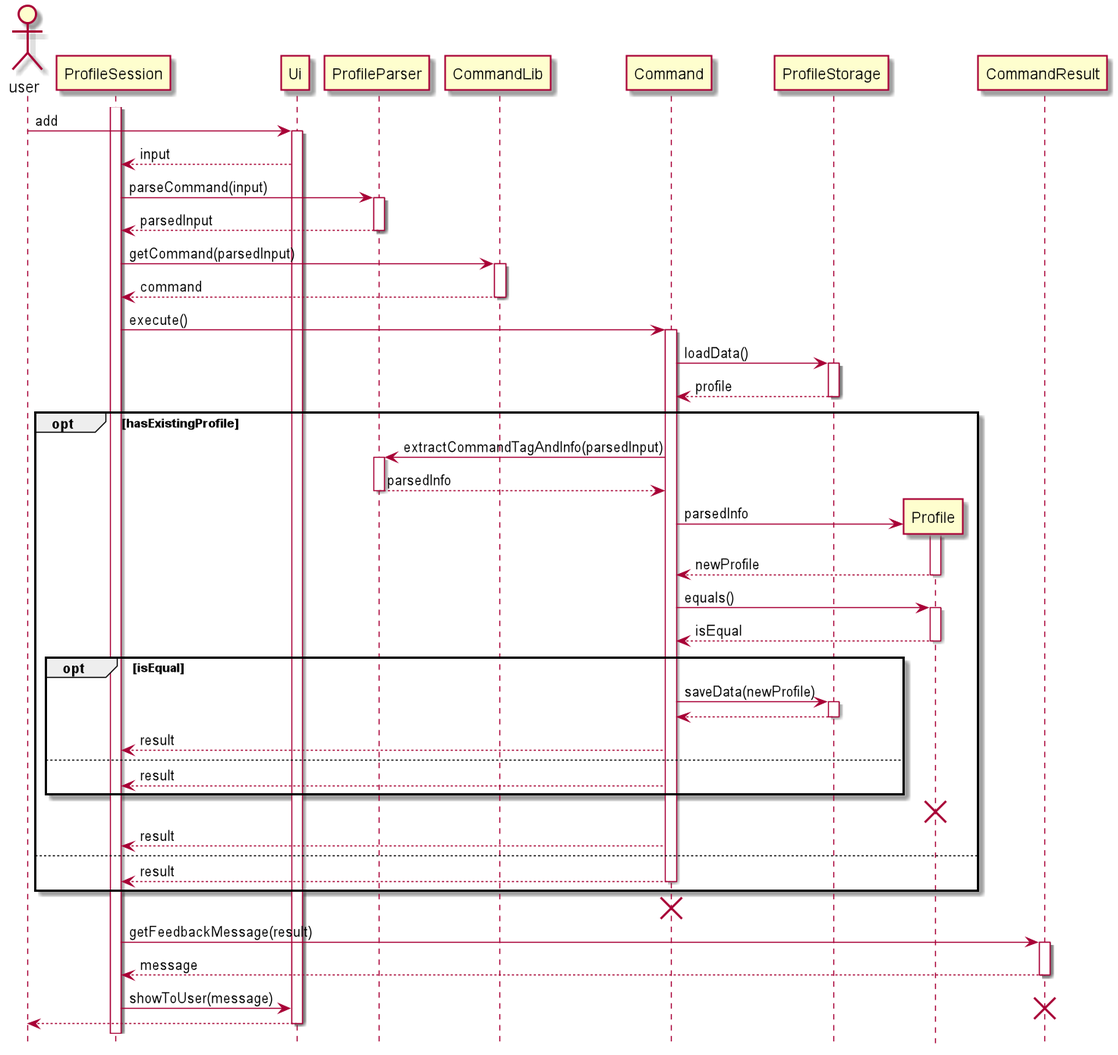
zsk612/tp keeps this PlantUML diagram as docs/pictures/khoa/EditProfile.png. Above is the earlier version.
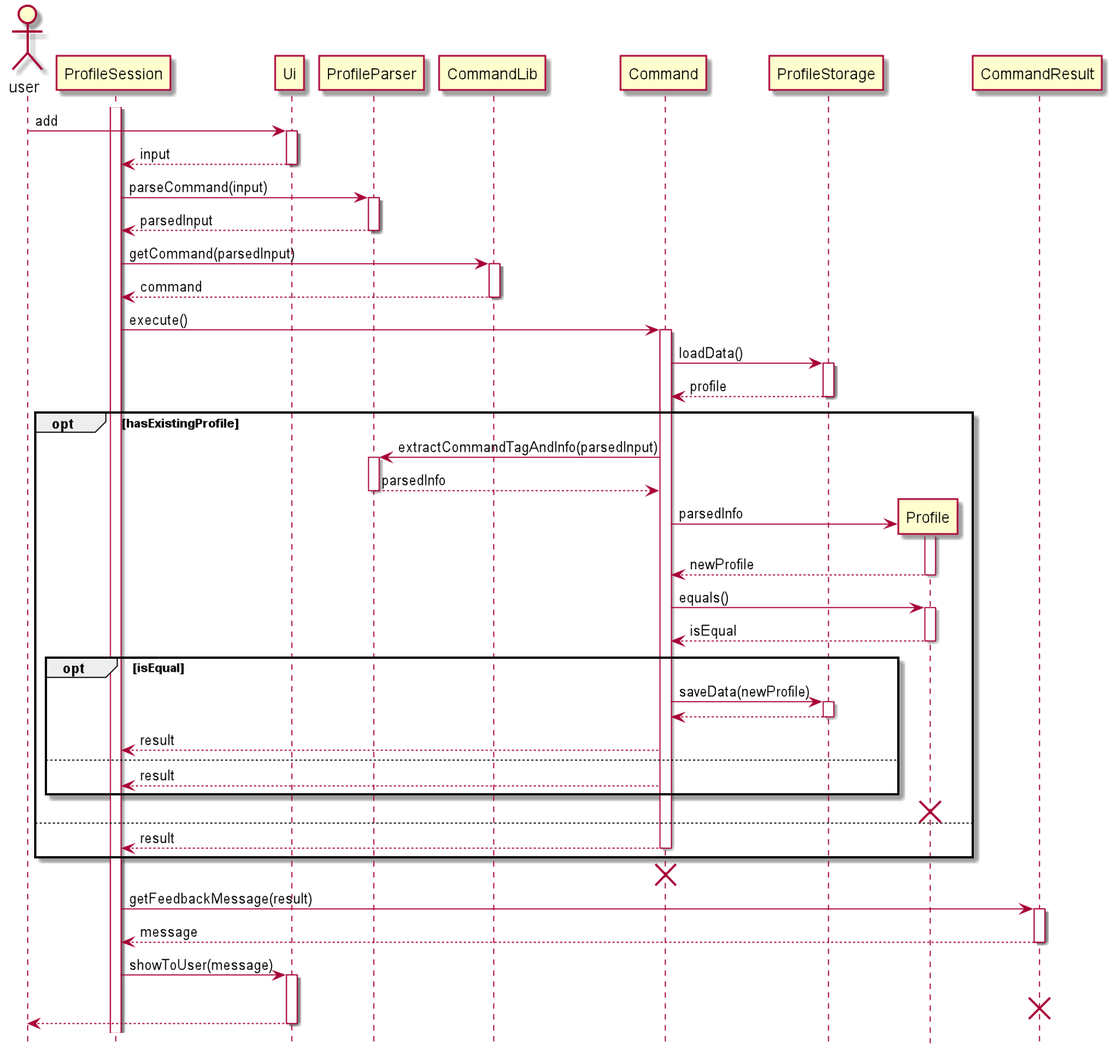
The same file after the commit.

Diff of the diagram source:
```diff
@@ -4,7 +4,7 @@
 actor user
 activate ProfileSession
 user -> Ui++ : add
-Ui --> ProfileSession : input
+Ui --> ProfileSession -- : input
 
 ProfileSession -> ProfileParser ++ : parseCommand(input)
 ProfileParser --> ProfileSession -- : parsedInput
@@ -33,7 +33,6 @@
         Command --> ProfileSession : result
     end
     destroy Profile
-    Command --> ProfileSession : result
 else
     Command --> ProfileSession -- : result
 end
@@ -41,7 +40,7 @@
 
 ProfileSession -> CommandResult ++ : getFeedbackMessage(result)
 CommandResult --> ProfileSession -- : message
-ProfileSession -> Ui : showToUser(message)
+ProfileSession -> Ui ++ : showToUser(message)
 destroy CommandResult
 Ui --> user
 deactivate Ui
```
